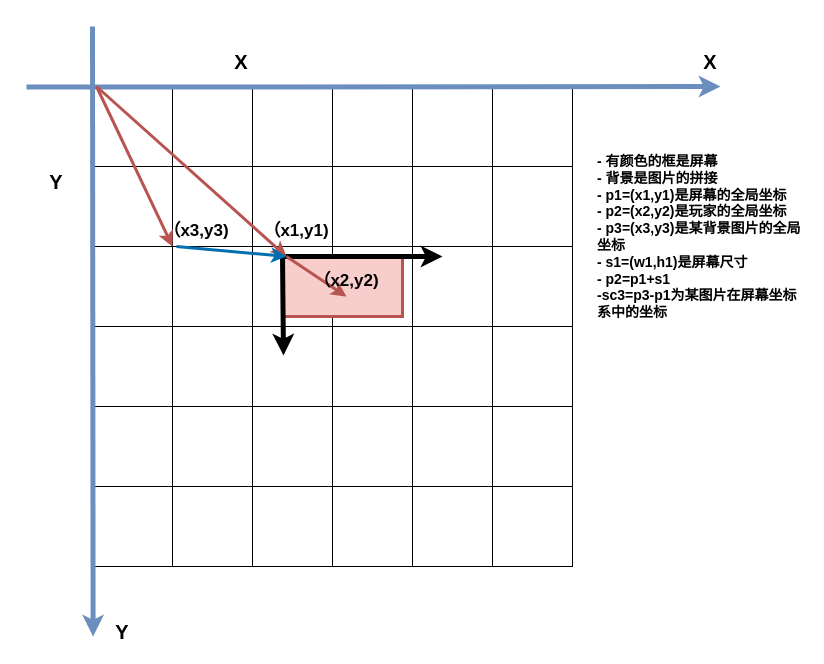
The draw.io diagram 世界坐标系.drawio in Airsku/drawio, before the edit. Source tidied: cells renumbered, new cells numbered last; positions are measured from the earlier drawing's top-left corner, leaving out a move shared by most shapes. Both pictures are drawn from the tidied source at 100%, with x=0, y=0 at pixel (26, 26).
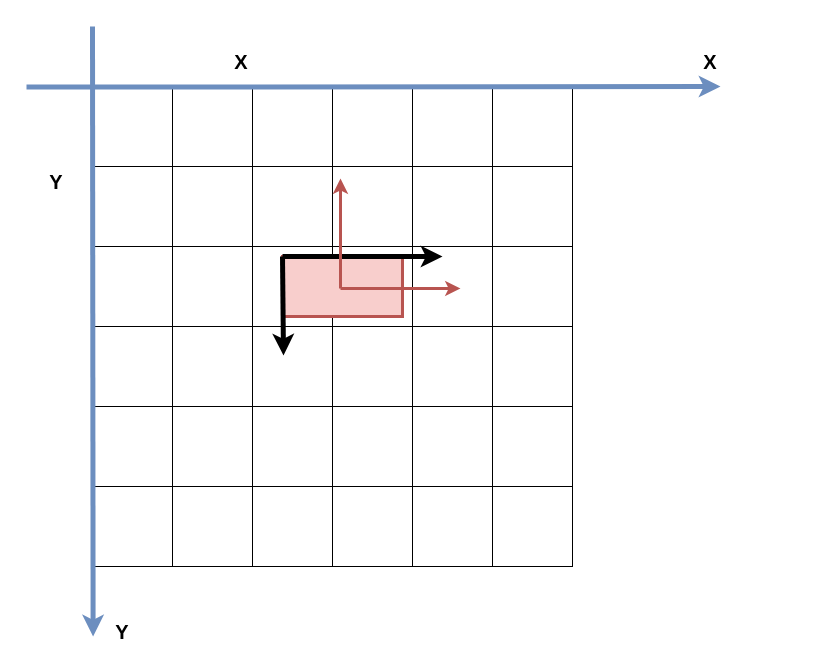
After the change.

Commit message:
世界坐标系.drawio

Unchanged cells that the change refers to:
```xml
<mxCell id="8" style="whiteSpace=wrap;html=1;" parent="1" vertex="1">
  <mxGeometry x="66" y="140" width="80" height="80" as="geometry" />
</mxCell>
<mxCell id="40" style="rounded=0;whiteSpace=wrap;html=1;fillColor=#f8cecc;strokeColor=#b85450;strokeWidth=3;" parent="1" vertex="1">
  <mxGeometry x="256" y="230" width="120" height="60" as="geometry" />
</mxCell>
```

Change to the diagram source:
```diff
@@
-    <mxCell id="47" parent="0" />
-    <mxCell id="48" style="endArrow=classic;html=1;rounded=0;strokeWidth=3;fillColor=#f8cecc;strokeColor=#b85450;" parent="47" edge="1">
-      <mxGeometry relative="1" as="geometry">
-        <mxPoint x="70" y="60" as="sourcePoint" />
-        <mxPoint x="260" y="230" as="targetPoint" />
-      </mxGeometry>
-    </mxCell>
-    <mxCell id="49" style="endArrow=classic;html=1;rounded=0;strokeWidth=3;fillColor=#f8cecc;strokeColor=#b85450;jumpSize=6;sourcePerimeterSpacing=0;" parent="47" edge="1" target="40">
-      <mxGeometry relative="1" as="geometry">
-        <mxPoint x="260" y="230" as="sourcePoint" />
-      </mxGeometry>
-    </mxCell>
-    <mxCell id="50" style="endArrow=classic;html=1;rounded=0;strokeWidth=3;fillColor=#f8cecc;strokeColor=#b85450;" parent="47" edge="1">
-      <mxGeometry relative="1" as="geometry">
-        <mxPoint x="260" y="230" as="sourcePoint" />
-        <mxPoint x="320" y="270" as="targetPoint" />
-      </mxGeometry>
-    </mxCell>
-    <mxCell id="51" value="（x1,y1)" style="text;html=1;strokeColor=none;fillColor=none;align=center;verticalAlign=middle;whiteSpace=wrap;rounded=0;fontSize=17;fontStyle=1;" parent="47" vertex="1">
-      <mxGeometry x="240" y="190" width="60" height="30" as="geometry" />
-    </mxCell>
-    <mxCell id="52" value="（x2,y2)" style="text;html=1;strokeColor=none;fillColor=none;align=center;verticalAlign=middle;whiteSpace=wrap;rounded=0;fontSize=17;fontStyle=1;" parent="47" vertex="1">
-      <mxGeometry x="290" y="240" width="60" height="30" as="geometry" />
-    </mxCell>
-    <mxCell id="53" style="endArrow=classic;html=1;rounded=0;strokeWidth=3;fillColor=#f8cecc;strokeColor=#b85450;entryX=1;entryY=1;entryDx=0;entryDy=0;" parent="47" edge="1" target="8">
-      <mxGeometry relative="1" as="geometry">
-        <mxPoint x="70" y="60" as="sourcePoint" />
-      </mxGeometry>
-    </mxCell>
-    <mxCell id="54" style="endArrow=classic;html=1;rounded=0;strokeWidth=3;fillColor=#1ba1e2;strokeColor=#006EAF;" parent="47" edge="1">
-      <mxGeometry relative="1" as="geometry">
-        <mxPoint x="150" y="220" as="sourcePoint" />
-        <mxPoint x="260" y="230" as="targetPoint" />
-      </mxGeometry>
-    </mxCell>
-    <mxCell id="55" value="（x3,y3)" style="text;html=1;strokeColor=none;fillColor=none;align=center;verticalAlign=middle;whiteSpace=wrap;rounded=0;fontSize=17;fontStyle=1;" parent="47" vertex="1">
-      <mxGeometry x="140" y="190" width="60" height="30" as="geometry" />
-    </mxCell>
-    <mxCell id="56" value="&lt;div style=&quot;text-align: left;&quot;&gt;&lt;span style=&quot;font-size: 14px; background-color: initial;&quot;&gt;&lt;b&gt;- 有颜色的框是屏幕&lt;/b&gt;&lt;/span&gt;&lt;/div&gt;&lt;font style=&quot;font-size: 14px;&quot;&gt;&lt;b&gt;&lt;div style=&quot;text-align: left;&quot;&gt;&lt;span style=&quot;background-color: initial;&quot;&gt;- 背景是图片的拼接&lt;/span&gt;&lt;/div&gt;&lt;div style=&quot;text-align: left;&quot;&gt;&lt;span style=&quot;background-color: initial;&quot;&gt;- p1=(x1,y1)是屏幕的全局坐标&lt;/span&gt;&lt;/div&gt;&lt;div style=&quot;text-align: left;&quot;&gt;- p2=(x2,y2)是玩家的全局坐标&lt;/div&gt;&lt;div style=&quot;text-align: left;&quot;&gt;- p3=(x3,y3)是某背景图片的全局坐标&lt;/div&gt;&lt;div style=&quot;text-align: left;&quot;&gt;- s1=(w1,h1)是屏幕尺寸&lt;/div&gt;&lt;div style=&quot;text-align: left;&quot;&gt;- p2=p1+s1&lt;/div&gt;&lt;div style=&quot;text-align: left;&quot;&gt;-sc3=p3-p1为某图片在屏幕坐标系中的坐标&lt;/div&gt;&lt;/b&gt;&lt;/font&gt;" style="text;html=1;strokeColor=none;fillColor=none;align=center;verticalAlign=top;whiteSpace=wrap;rounded=0;" parent="47" vertex="1">
-      <mxGeometry x="570" y="120" width="210" height="260" as="geometry" />
-    </mxCell>
+    <mxCell id="57" parent="0" />
+    <mxCell id="58" style="endArrow=classic;html=1;rounded=0;strokeWidth=3;fillColor=#f8cecc;strokeColor=#b85450;" parent="57" edge="1">
+      <mxGeometry relative="1" as="geometry">
+        <mxPoint x="314" y="262" as="sourcePoint" />
+        <mxPoint x="314" y="152" as="targetPoint" />
+      </mxGeometry>
+    </mxCell>
+    <mxCell id="59" style="endArrow=classic;html=1;rounded=0;strokeWidth=3;fillColor=#f8cecc;strokeColor=#b85450;" parent="57" edge="1">
+      <mxGeometry relative="1" as="geometry">
+        <mxPoint x="314" y="262" as="sourcePoint" />
+        <mxPoint x="434" y="262" as="targetPoint" />
+      </mxGeometry>
+    </mxCell>
```
